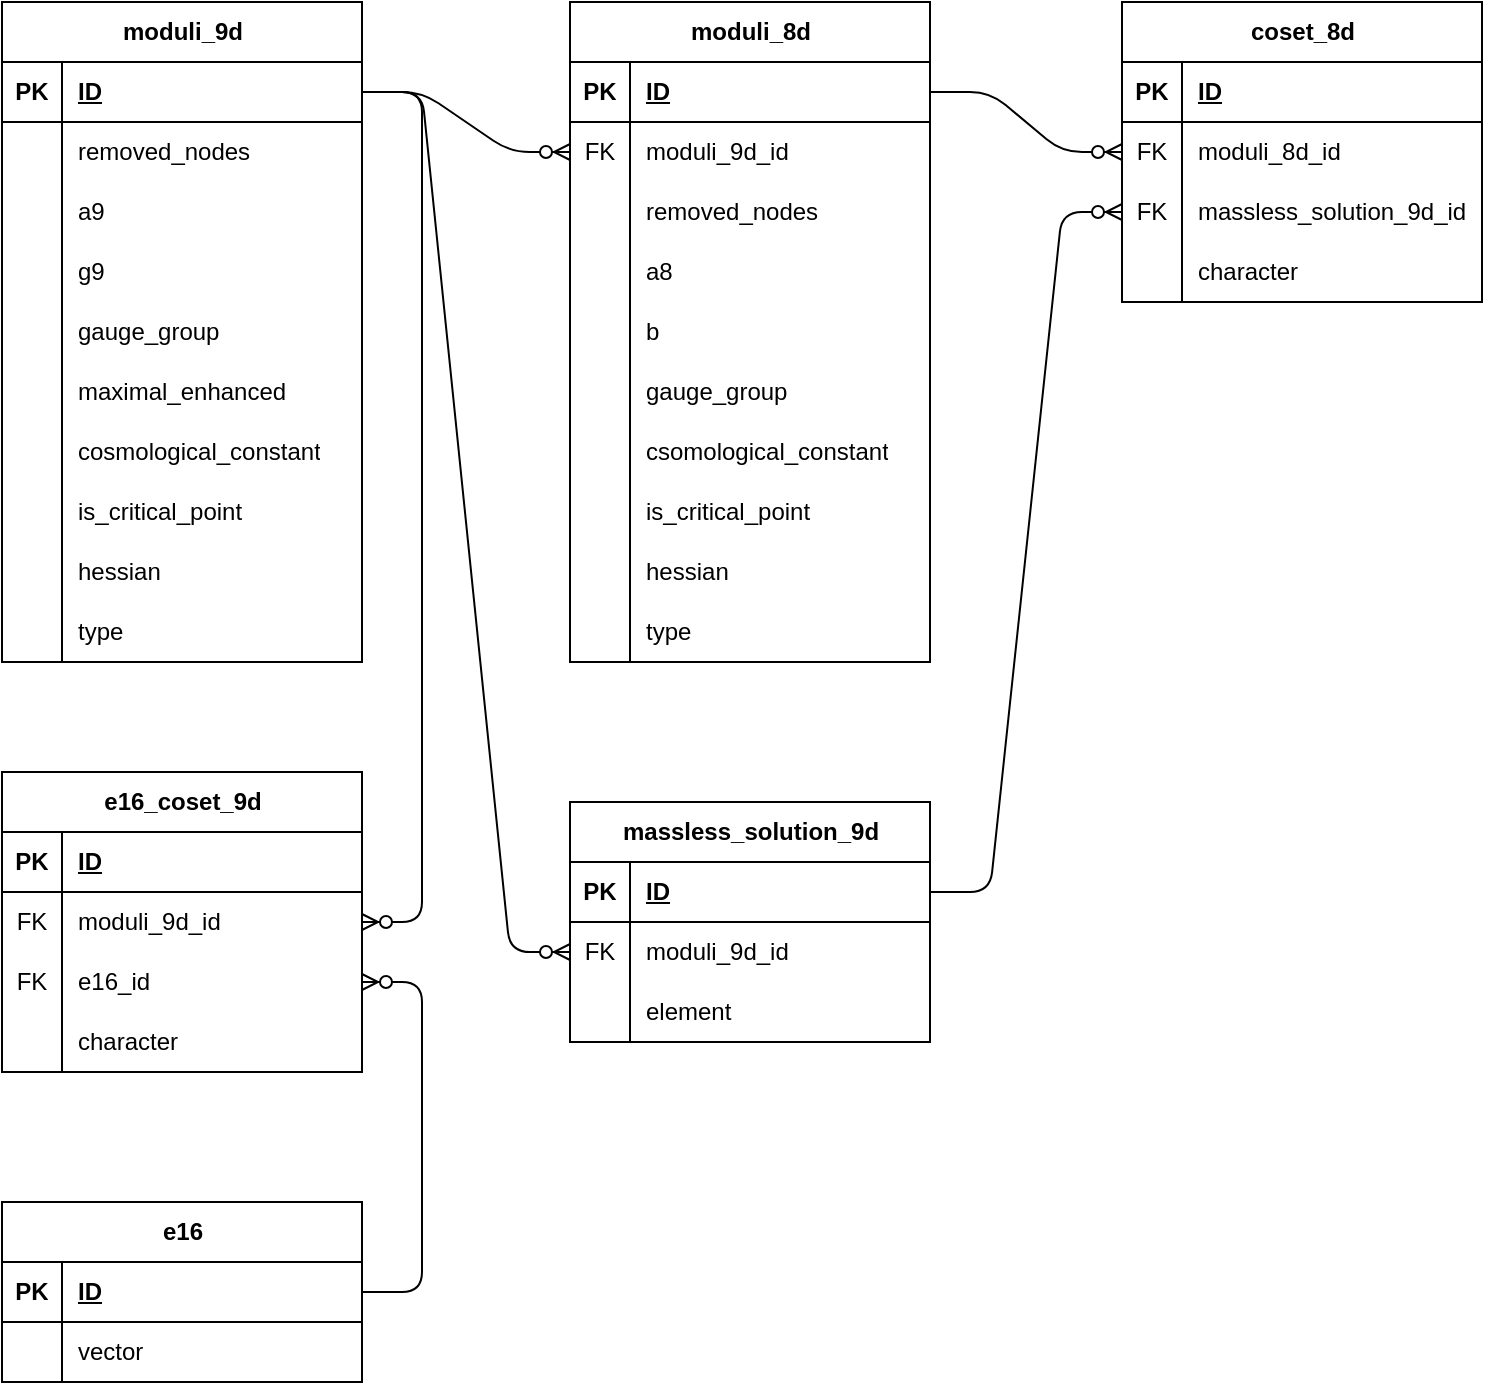
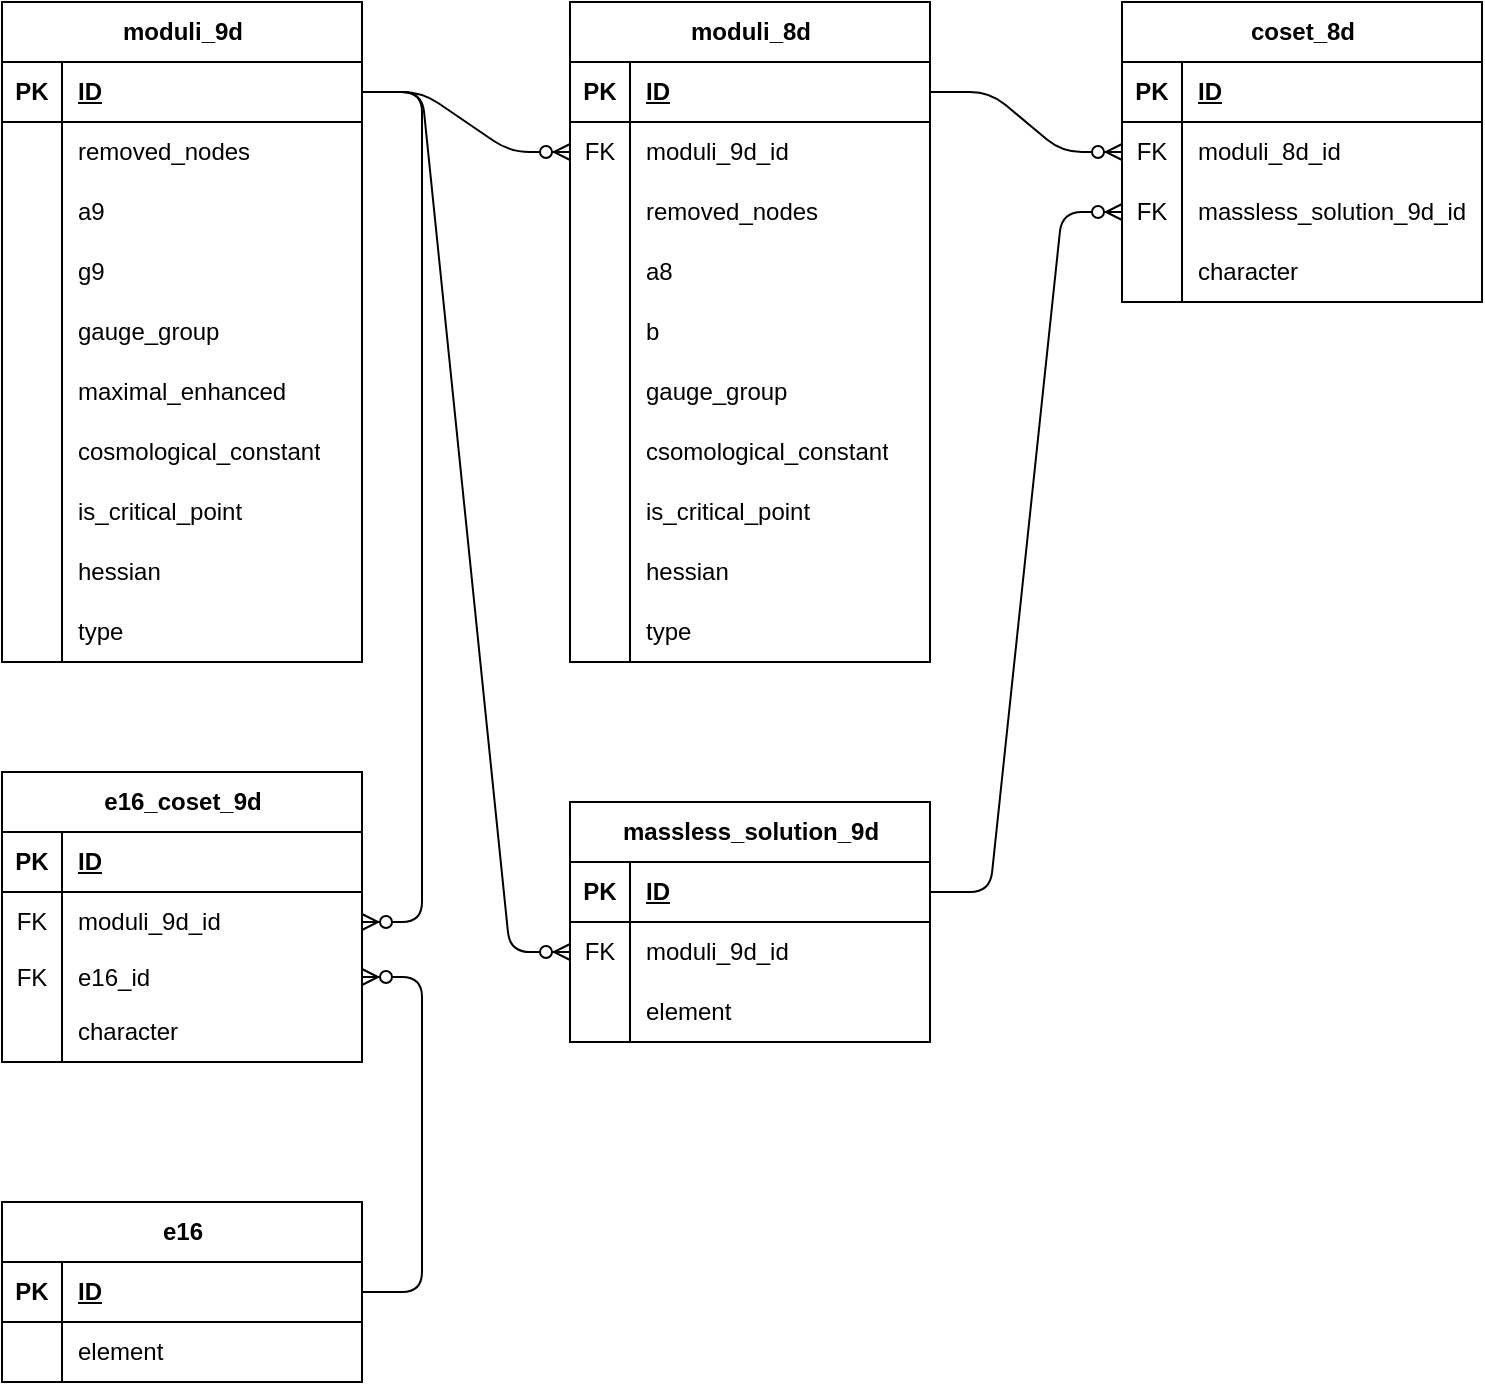
<mxfile host="65bd71144e">
    <diagram id="0aYfHaq88tQM7d1H2K0Y" name="ER">
-         <mxGraphModel dx="453" dy="507" grid="1" gridSize="10" guides="1" tooltips="1" connect="1" arrows="1" fold="1" page="1" pageScale="1" pageWidth="827" pageHeight="1169" math="0" shadow="0">
+         <mxGraphModel dx="425" dy="585" grid="1" gridSize="10" guides="1" tooltips="1" connect="1" arrows="1" fold="1" page="1" pageScale="1" pageWidth="827" pageHeight="1169" math="0" shadow="0">
            <root>
                <mxCell id="0"/>
                <mxCell id="1" parent="0"/>
                <mxCell id="2" value="moduli_9d" style="shape=table;startSize=30;container=1;collapsible=1;childLayout=tableLayout;fixedRows=1;rowLines=0;fontStyle=1;align=center;resizeLast=1;html=1;" parent="1" vertex="1">
                    <mxGeometry x="40" y="40" width="180" height="330" as="geometry"/>
                </mxCell>
                <mxCell id="3" value="" style="shape=tableRow;horizontal=0;startSize=0;swimlaneHead=0;swimlaneBody=0;fillColor=none;collapsible=0;dropTarget=0;points=[[0,0.5],[1,0.5]];portConstraint=eastwest;top=0;left=0;right=0;bottom=1;" parent="2" vertex="1">
                    <mxGeometry y="30" width="180" height="30" as="geometry"/>
                </mxCell>
                <mxCell id="4" value="PK" style="shape=partialRectangle;connectable=0;fillColor=none;top=0;left=0;bottom=0;right=0;fontStyle=1;overflow=hidden;whiteSpace=wrap;html=1;" parent="3" vertex="1">
                    <mxGeometry width="30" height="30" as="geometry">
                        <mxRectangle width="30" height="30" as="alternateBounds"/>
                    </mxGeometry>
                </mxCell>
                <mxCell id="5" value="ID" style="shape=partialRectangle;connectable=0;fillColor=none;top=0;left=0;bottom=0;right=0;align=left;spacingLeft=6;fontStyle=5;overflow=hidden;whiteSpace=wrap;html=1;" parent="3" vertex="1">
                    <mxGeometry x="30" width="150" height="30" as="geometry">
                        <mxRectangle width="150" height="30" as="alternateBounds"/>
                    </mxGeometry>
                </mxCell>
                <mxCell id="6" value="" style="shape=tableRow;horizontal=0;startSize=0;swimlaneHead=0;swimlaneBody=0;fillColor=none;collapsible=0;dropTarget=0;points=[[0,0.5],[1,0.5]];portConstraint=eastwest;top=0;left=0;right=0;bottom=0;" parent="2" vertex="1">
                    <mxGeometry y="60" width="180" height="30" as="geometry"/>
                </mxCell>
                <mxCell id="7" value="" style="shape=partialRectangle;connectable=0;fillColor=none;top=0;left=0;bottom=0;right=0;editable=1;overflow=hidden;whiteSpace=wrap;html=1;" parent="6" vertex="1">
                    <mxGeometry width="30" height="30" as="geometry">
                        <mxRectangle width="30" height="30" as="alternateBounds"/>
                    </mxGeometry>
                </mxCell>
                <mxCell id="8" value="removed_nodes" style="shape=partialRectangle;connectable=0;fillColor=none;top=0;left=0;bottom=0;right=0;align=left;spacingLeft=6;overflow=hidden;whiteSpace=wrap;html=1;" parent="6" vertex="1">
                    <mxGeometry x="30" width="150" height="30" as="geometry">
                        <mxRectangle width="150" height="30" as="alternateBounds"/>
                    </mxGeometry>
                </mxCell>
                <mxCell id="9" value="" style="shape=tableRow;horizontal=0;startSize=0;swimlaneHead=0;swimlaneBody=0;fillColor=none;collapsible=0;dropTarget=0;points=[[0,0.5],[1,0.5]];portConstraint=eastwest;top=0;left=0;right=0;bottom=0;" parent="2" vertex="1">
                    <mxGeometry y="90" width="180" height="30" as="geometry"/>
                </mxCell>
                <mxCell id="10" value="" style="shape=partialRectangle;connectable=0;fillColor=none;top=0;left=0;bottom=0;right=0;editable=1;overflow=hidden;whiteSpace=wrap;html=1;" parent="9" vertex="1">
                    <mxGeometry width="30" height="30" as="geometry">
                        <mxRectangle width="30" height="30" as="alternateBounds"/>
                    </mxGeometry>
                </mxCell>
                <mxCell id="11" value="a9" style="shape=partialRectangle;connectable=0;fillColor=none;top=0;left=0;bottom=0;right=0;align=left;spacingLeft=6;overflow=hidden;whiteSpace=wrap;html=1;" parent="9" vertex="1">
                    <mxGeometry x="30" width="150" height="30" as="geometry">
                        <mxRectangle width="150" height="30" as="alternateBounds"/>
                    </mxGeometry>
                </mxCell>
                <mxCell id="12" value="" style="shape=tableRow;horizontal=0;startSize=0;swimlaneHead=0;swimlaneBody=0;fillColor=none;collapsible=0;dropTarget=0;points=[[0,0.5],[1,0.5]];portConstraint=eastwest;top=0;left=0;right=0;bottom=0;" parent="2" vertex="1">
                    <mxGeometry y="120" width="180" height="30" as="geometry"/>
                </mxCell>
                <mxCell id="13" value="" style="shape=partialRectangle;connectable=0;fillColor=none;top=0;left=0;bottom=0;right=0;editable=1;overflow=hidden;whiteSpace=wrap;html=1;" parent="12" vertex="1">
                    <mxGeometry width="30" height="30" as="geometry">
                        <mxRectangle width="30" height="30" as="alternateBounds"/>
                    </mxGeometry>
                </mxCell>
                <mxCell id="14" value="g9" style="shape=partialRectangle;connectable=0;fillColor=none;top=0;left=0;bottom=0;right=0;align=left;spacingLeft=6;overflow=hidden;whiteSpace=wrap;html=1;" parent="12" vertex="1">
                    <mxGeometry x="30" width="150" height="30" as="geometry">
                        <mxRectangle width="150" height="30" as="alternateBounds"/>
                    </mxGeometry>
                </mxCell>
                <mxCell id="67" value="" style="shape=tableRow;horizontal=0;startSize=0;swimlaneHead=0;swimlaneBody=0;fillColor=none;collapsible=0;dropTarget=0;points=[[0,0.5],[1,0.5]];portConstraint=eastwest;top=0;left=0;right=0;bottom=0;" parent="2" vertex="1">
                    <mxGeometry y="150" width="180" height="30" as="geometry"/>
                </mxCell>
                <mxCell id="68" value="" style="shape=partialRectangle;connectable=0;fillColor=none;top=0;left=0;bottom=0;right=0;editable=1;overflow=hidden;whiteSpace=wrap;html=1;" parent="67" vertex="1">
                    <mxGeometry width="30" height="30" as="geometry">
                        <mxRectangle width="30" height="30" as="alternateBounds"/>
                    </mxGeometry>
                </mxCell>
                <mxCell id="69" value="gauge_group" style="shape=partialRectangle;connectable=0;fillColor=none;top=0;left=0;bottom=0;right=0;align=left;spacingLeft=6;overflow=hidden;whiteSpace=wrap;html=1;" parent="67" vertex="1">
                    <mxGeometry x="30" width="150" height="30" as="geometry">
                        <mxRectangle width="150" height="30" as="alternateBounds"/>
                    </mxGeometry>
                </mxCell>
                <mxCell id="73" value="" style="shape=tableRow;horizontal=0;startSize=0;swimlaneHead=0;swimlaneBody=0;fillColor=none;collapsible=0;dropTarget=0;points=[[0,0.5],[1,0.5]];portConstraint=eastwest;top=0;left=0;right=0;bottom=0;" parent="2" vertex="1">
                    <mxGeometry y="180" width="180" height="30" as="geometry"/>
                </mxCell>
                <mxCell id="74" value="" style="shape=partialRectangle;connectable=0;fillColor=none;top=0;left=0;bottom=0;right=0;editable=1;overflow=hidden;whiteSpace=wrap;html=1;" parent="73" vertex="1">
                    <mxGeometry width="30" height="30" as="geometry">
                        <mxRectangle width="30" height="30" as="alternateBounds"/>
                    </mxGeometry>
                </mxCell>
                <mxCell id="75" value="maximal_enhanced" style="shape=partialRectangle;connectable=0;fillColor=none;top=0;left=0;bottom=0;right=0;align=left;spacingLeft=6;overflow=hidden;whiteSpace=wrap;html=1;" parent="73" vertex="1">
                    <mxGeometry x="30" width="150" height="30" as="geometry">
                        <mxRectangle width="150" height="30" as="alternateBounds"/>
                    </mxGeometry>
                </mxCell>
                <mxCell id="76" value="" style="shape=tableRow;horizontal=0;startSize=0;swimlaneHead=0;swimlaneBody=0;fillColor=none;collapsible=0;dropTarget=0;points=[[0,0.5],[1,0.5]];portConstraint=eastwest;top=0;left=0;right=0;bottom=0;" parent="2" vertex="1">
                    <mxGeometry y="210" width="180" height="30" as="geometry"/>
                </mxCell>
                <mxCell id="77" value="" style="shape=partialRectangle;connectable=0;fillColor=none;top=0;left=0;bottom=0;right=0;editable=1;overflow=hidden;whiteSpace=wrap;html=1;" parent="76" vertex="1">
                    <mxGeometry width="30" height="30" as="geometry">
                        <mxRectangle width="30" height="30" as="alternateBounds"/>
                    </mxGeometry>
                </mxCell>
                <mxCell id="78" value="cosmological_constant" style="shape=partialRectangle;connectable=0;fillColor=none;top=0;left=0;bottom=0;right=0;align=left;spacingLeft=6;overflow=hidden;whiteSpace=wrap;html=1;" parent="76" vertex="1">
                    <mxGeometry x="30" width="150" height="30" as="geometry">
                        <mxRectangle width="150" height="30" as="alternateBounds"/>
                    </mxGeometry>
                </mxCell>
                <mxCell id="79" value="" style="shape=tableRow;horizontal=0;startSize=0;swimlaneHead=0;swimlaneBody=0;fillColor=none;collapsible=0;dropTarget=0;points=[[0,0.5],[1,0.5]];portConstraint=eastwest;top=0;left=0;right=0;bottom=0;" parent="2" vertex="1">
                    <mxGeometry y="240" width="180" height="30" as="geometry"/>
                </mxCell>
                <mxCell id="80" value="" style="shape=partialRectangle;connectable=0;fillColor=none;top=0;left=0;bottom=0;right=0;editable=1;overflow=hidden;whiteSpace=wrap;html=1;" parent="79" vertex="1">
                    <mxGeometry width="30" height="30" as="geometry">
                        <mxRectangle width="30" height="30" as="alternateBounds"/>
                    </mxGeometry>
                </mxCell>
                <mxCell id="81" value="is_critical_point" style="shape=partialRectangle;connectable=0;fillColor=none;top=0;left=0;bottom=0;right=0;align=left;spacingLeft=6;overflow=hidden;whiteSpace=wrap;html=1;" parent="79" vertex="1">
                    <mxGeometry x="30" width="150" height="30" as="geometry">
                        <mxRectangle width="150" height="30" as="alternateBounds"/>
                    </mxGeometry>
                </mxCell>
                <mxCell id="82" value="" style="shape=tableRow;horizontal=0;startSize=0;swimlaneHead=0;swimlaneBody=0;fillColor=none;collapsible=0;dropTarget=0;points=[[0,0.5],[1,0.5]];portConstraint=eastwest;top=0;left=0;right=0;bottom=0;" parent="2" vertex="1">
                    <mxGeometry y="270" width="180" height="30" as="geometry"/>
                </mxCell>
                <mxCell id="83" value="" style="shape=partialRectangle;connectable=0;fillColor=none;top=0;left=0;bottom=0;right=0;editable=1;overflow=hidden;whiteSpace=wrap;html=1;" parent="82" vertex="1">
                    <mxGeometry width="30" height="30" as="geometry">
                        <mxRectangle width="30" height="30" as="alternateBounds"/>
                    </mxGeometry>
                </mxCell>
                <mxCell id="84" value="hessian" style="shape=partialRectangle;connectable=0;fillColor=none;top=0;left=0;bottom=0;right=0;align=left;spacingLeft=6;overflow=hidden;whiteSpace=wrap;html=1;" parent="82" vertex="1">
                    <mxGeometry x="30" width="150" height="30" as="geometry">
                        <mxRectangle width="150" height="30" as="alternateBounds"/>
                    </mxGeometry>
                </mxCell>
                <mxCell id="85" value="" style="shape=tableRow;horizontal=0;startSize=0;swimlaneHead=0;swimlaneBody=0;fillColor=none;collapsible=0;dropTarget=0;points=[[0,0.5],[1,0.5]];portConstraint=eastwest;top=0;left=0;right=0;bottom=0;" parent="2" vertex="1">
                    <mxGeometry y="300" width="180" height="30" as="geometry"/>
                </mxCell>
                <mxCell id="86" value="" style="shape=partialRectangle;connectable=0;fillColor=none;top=0;left=0;bottom=0;right=0;editable=1;overflow=hidden;whiteSpace=wrap;html=1;" parent="85" vertex="1">
                    <mxGeometry width="30" height="30" as="geometry">
                        <mxRectangle width="30" height="30" as="alternateBounds"/>
                    </mxGeometry>
                </mxCell>
                <mxCell id="87" value="type" style="shape=partialRectangle;connectable=0;fillColor=none;top=0;left=0;bottom=0;right=0;align=left;spacingLeft=6;overflow=hidden;whiteSpace=wrap;html=1;" parent="85" vertex="1">
                    <mxGeometry x="30" width="150" height="30" as="geometry">
                        <mxRectangle width="150" height="30" as="alternateBounds"/>
                    </mxGeometry>
                </mxCell>
                <mxCell id="18" value="moduli_8d" style="shape=table;startSize=30;container=1;collapsible=1;childLayout=tableLayout;fixedRows=1;rowLines=0;fontStyle=1;align=center;resizeLast=1;html=1;" parent="1" vertex="1">
                    <mxGeometry x="324" y="40" width="180" height="330" as="geometry"/>
                </mxCell>
                <mxCell id="19" value="" style="shape=tableRow;horizontal=0;startSize=0;swimlaneHead=0;swimlaneBody=0;fillColor=none;collapsible=0;dropTarget=0;points=[[0,0.5],[1,0.5]];portConstraint=eastwest;top=0;left=0;right=0;bottom=1;" parent="18" vertex="1">
                    <mxGeometry y="30" width="180" height="30" as="geometry"/>
                </mxCell>
                <mxCell id="20" value="PK" style="shape=partialRectangle;connectable=0;fillColor=none;top=0;left=0;bottom=0;right=0;fontStyle=1;overflow=hidden;whiteSpace=wrap;html=1;" parent="19" vertex="1">
                    <mxGeometry width="30" height="30" as="geometry">
                        <mxRectangle width="30" height="30" as="alternateBounds"/>
                    </mxGeometry>
                </mxCell>
                <mxCell id="21" value="ID" style="shape=partialRectangle;connectable=0;fillColor=none;top=0;left=0;bottom=0;right=0;align=left;spacingLeft=6;fontStyle=5;overflow=hidden;whiteSpace=wrap;html=1;" parent="19" vertex="1">
                    <mxGeometry x="30" width="150" height="30" as="geometry">
                        <mxRectangle width="150" height="30" as="alternateBounds"/>
                    </mxGeometry>
                </mxCell>
                <mxCell id="22" value="" style="shape=tableRow;horizontal=0;startSize=0;swimlaneHead=0;swimlaneBody=0;fillColor=none;collapsible=0;dropTarget=0;points=[[0,0.5],[1,0.5]];portConstraint=eastwest;top=0;left=0;right=0;bottom=0;" parent="18" vertex="1">
                    <mxGeometry y="60" width="180" height="30" as="geometry"/>
                </mxCell>
                <mxCell id="23" value="FK" style="shape=partialRectangle;connectable=0;fillColor=none;top=0;left=0;bottom=0;right=0;editable=1;overflow=hidden;whiteSpace=wrap;html=1;" parent="22" vertex="1">
                    <mxGeometry width="30" height="30" as="geometry">
                        <mxRectangle width="30" height="30" as="alternateBounds"/>
                    </mxGeometry>
                </mxCell>
                <mxCell id="24" value="moduli_9d_id" style="shape=partialRectangle;connectable=0;fillColor=none;top=0;left=0;bottom=0;right=0;align=left;spacingLeft=6;overflow=hidden;whiteSpace=wrap;html=1;" parent="22" vertex="1">
                    <mxGeometry x="30" width="150" height="30" as="geometry">
                        <mxRectangle width="150" height="30" as="alternateBounds"/>
                    </mxGeometry>
                </mxCell>
                <mxCell id="25" value="" style="shape=tableRow;horizontal=0;startSize=0;swimlaneHead=0;swimlaneBody=0;fillColor=none;collapsible=0;dropTarget=0;points=[[0,0.5],[1,0.5]];portConstraint=eastwest;top=0;left=0;right=0;bottom=0;" parent="18" vertex="1">
                    <mxGeometry y="90" width="180" height="30" as="geometry"/>
                </mxCell>
                <mxCell id="26" value="" style="shape=partialRectangle;connectable=0;fillColor=none;top=0;left=0;bottom=0;right=0;editable=1;overflow=hidden;whiteSpace=wrap;html=1;" parent="25" vertex="1">
                    <mxGeometry width="30" height="30" as="geometry">
                        <mxRectangle width="30" height="30" as="alternateBounds"/>
                    </mxGeometry>
                </mxCell>
                <mxCell id="27" value="&lt;span style=&quot;color: rgb(0, 0, 0);&quot;&gt;removed_nodes&lt;/span&gt;" style="shape=partialRectangle;connectable=0;fillColor=none;top=0;left=0;bottom=0;right=0;align=left;spacingLeft=6;overflow=hidden;whiteSpace=wrap;html=1;" parent="25" vertex="1">
                    <mxGeometry x="30" width="150" height="30" as="geometry">
                        <mxRectangle width="150" height="30" as="alternateBounds"/>
                    </mxGeometry>
                </mxCell>
                <mxCell id="28" value="" style="shape=tableRow;horizontal=0;startSize=0;swimlaneHead=0;swimlaneBody=0;fillColor=none;collapsible=0;dropTarget=0;points=[[0,0.5],[1,0.5]];portConstraint=eastwest;top=0;left=0;right=0;bottom=0;" parent="18" vertex="1">
                    <mxGeometry y="120" width="180" height="30" as="geometry"/>
                </mxCell>
                <mxCell id="29" value="" style="shape=partialRectangle;connectable=0;fillColor=none;top=0;left=0;bottom=0;right=0;editable=1;overflow=hidden;whiteSpace=wrap;html=1;" parent="28" vertex="1">
                    <mxGeometry width="30" height="30" as="geometry">
                        <mxRectangle width="30" height="30" as="alternateBounds"/>
                    </mxGeometry>
                </mxCell>
                <mxCell id="30" value="a8" style="shape=partialRectangle;connectable=0;fillColor=none;top=0;left=0;bottom=0;right=0;align=left;spacingLeft=6;overflow=hidden;whiteSpace=wrap;html=1;" parent="28" vertex="1">
                    <mxGeometry x="30" width="150" height="30" as="geometry">
                        <mxRectangle width="150" height="30" as="alternateBounds"/>
                    </mxGeometry>
                </mxCell>
                <mxCell id="31" value="" style="shape=tableRow;horizontal=0;startSize=0;swimlaneHead=0;swimlaneBody=0;fillColor=none;collapsible=0;dropTarget=0;points=[[0,0.5],[1,0.5]];portConstraint=eastwest;top=0;left=0;right=0;bottom=0;" parent="18" vertex="1">
                    <mxGeometry y="150" width="180" height="30" as="geometry"/>
                </mxCell>
                <mxCell id="32" value="" style="shape=partialRectangle;connectable=0;fillColor=none;top=0;left=0;bottom=0;right=0;editable=1;overflow=hidden;whiteSpace=wrap;html=1;" parent="31" vertex="1">
                    <mxGeometry width="30" height="30" as="geometry">
                        <mxRectangle width="30" height="30" as="alternateBounds"/>
                    </mxGeometry>
                </mxCell>
                <mxCell id="33" value="b" style="shape=partialRectangle;connectable=0;fillColor=none;top=0;left=0;bottom=0;right=0;align=left;spacingLeft=6;overflow=hidden;whiteSpace=wrap;html=1;" parent="31" vertex="1">
                    <mxGeometry x="30" width="150" height="30" as="geometry">
                        <mxRectangle width="150" height="30" as="alternateBounds"/>
                    </mxGeometry>
                </mxCell>
                <mxCell id="70" value="" style="shape=tableRow;horizontal=0;startSize=0;swimlaneHead=0;swimlaneBody=0;fillColor=none;collapsible=0;dropTarget=0;points=[[0,0.5],[1,0.5]];portConstraint=eastwest;top=0;left=0;right=0;bottom=0;" parent="18" vertex="1">
                    <mxGeometry y="180" width="180" height="30" as="geometry"/>
                </mxCell>
                <mxCell id="71" value="" style="shape=partialRectangle;connectable=0;fillColor=none;top=0;left=0;bottom=0;right=0;editable=1;overflow=hidden;whiteSpace=wrap;html=1;" parent="70" vertex="1">
                    <mxGeometry width="30" height="30" as="geometry">
                        <mxRectangle width="30" height="30" as="alternateBounds"/>
                    </mxGeometry>
                </mxCell>
                <mxCell id="72" value="&lt;span style=&quot;color: rgb(0, 0, 0);&quot;&gt;gauge_group&lt;/span&gt;" style="shape=partialRectangle;connectable=0;fillColor=none;top=0;left=0;bottom=0;right=0;align=left;spacingLeft=6;overflow=hidden;whiteSpace=wrap;html=1;" parent="70" vertex="1">
                    <mxGeometry x="30" width="150" height="30" as="geometry">
                        <mxRectangle width="150" height="30" as="alternateBounds"/>
                    </mxGeometry>
                </mxCell>
                <mxCell id="88" value="" style="shape=tableRow;horizontal=0;startSize=0;swimlaneHead=0;swimlaneBody=0;fillColor=none;collapsible=0;dropTarget=0;points=[[0,0.5],[1,0.5]];portConstraint=eastwest;top=0;left=0;right=0;bottom=0;" parent="18" vertex="1">
                    <mxGeometry y="210" width="180" height="30" as="geometry"/>
                </mxCell>
                <mxCell id="89" value="" style="shape=partialRectangle;connectable=0;fillColor=none;top=0;left=0;bottom=0;right=0;editable=1;overflow=hidden;whiteSpace=wrap;html=1;" parent="88" vertex="1">
                    <mxGeometry width="30" height="30" as="geometry">
                        <mxRectangle width="30" height="30" as="alternateBounds"/>
                    </mxGeometry>
                </mxCell>
                <mxCell id="90" value="&lt;span style=&quot;color: rgb(0, 0, 0);&quot;&gt;csomological_constant&lt;/span&gt;" style="shape=partialRectangle;connectable=0;fillColor=none;top=0;left=0;bottom=0;right=0;align=left;spacingLeft=6;overflow=hidden;whiteSpace=wrap;html=1;" parent="88" vertex="1">
                    <mxGeometry x="30" width="150" height="30" as="geometry">
                        <mxRectangle width="150" height="30" as="alternateBounds"/>
                    </mxGeometry>
                </mxCell>
                <mxCell id="91" value="" style="shape=tableRow;horizontal=0;startSize=0;swimlaneHead=0;swimlaneBody=0;fillColor=none;collapsible=0;dropTarget=0;points=[[0,0.5],[1,0.5]];portConstraint=eastwest;top=0;left=0;right=0;bottom=0;" parent="18" vertex="1">
                    <mxGeometry y="240" width="180" height="30" as="geometry"/>
                </mxCell>
                <mxCell id="92" value="" style="shape=partialRectangle;connectable=0;fillColor=none;top=0;left=0;bottom=0;right=0;editable=1;overflow=hidden;whiteSpace=wrap;html=1;" parent="91" vertex="1">
                    <mxGeometry width="30" height="30" as="geometry">
                        <mxRectangle width="30" height="30" as="alternateBounds"/>
                    </mxGeometry>
                </mxCell>
                <mxCell id="93" value="&lt;span style=&quot;color: rgb(0, 0, 0);&quot;&gt;is_critical_point&lt;/span&gt;" style="shape=partialRectangle;connectable=0;fillColor=none;top=0;left=0;bottom=0;right=0;align=left;spacingLeft=6;overflow=hidden;whiteSpace=wrap;html=1;" parent="91" vertex="1">
                    <mxGeometry x="30" width="150" height="30" as="geometry">
                        <mxRectangle width="150" height="30" as="alternateBounds"/>
                    </mxGeometry>
                </mxCell>
                <mxCell id="94" value="" style="shape=tableRow;horizontal=0;startSize=0;swimlaneHead=0;swimlaneBody=0;fillColor=none;collapsible=0;dropTarget=0;points=[[0,0.5],[1,0.5]];portConstraint=eastwest;top=0;left=0;right=0;bottom=0;" parent="18" vertex="1">
                    <mxGeometry y="270" width="180" height="30" as="geometry"/>
                </mxCell>
                <mxCell id="95" value="" style="shape=partialRectangle;connectable=0;fillColor=none;top=0;left=0;bottom=0;right=0;editable=1;overflow=hidden;whiteSpace=wrap;html=1;" parent="94" vertex="1">
                    <mxGeometry width="30" height="30" as="geometry">
                        <mxRectangle width="30" height="30" as="alternateBounds"/>
                    </mxGeometry>
                </mxCell>
                <mxCell id="96" value="&lt;span style=&quot;color: rgb(0, 0, 0);&quot;&gt;hessian&lt;/span&gt;" style="shape=partialRectangle;connectable=0;fillColor=none;top=0;left=0;bottom=0;right=0;align=left;spacingLeft=6;overflow=hidden;whiteSpace=wrap;html=1;" parent="94" vertex="1">
                    <mxGeometry x="30" width="150" height="30" as="geometry">
                        <mxRectangle width="150" height="30" as="alternateBounds"/>
                    </mxGeometry>
                </mxCell>
                <mxCell id="97" value="" style="shape=tableRow;horizontal=0;startSize=0;swimlaneHead=0;swimlaneBody=0;fillColor=none;collapsible=0;dropTarget=0;points=[[0,0.5],[1,0.5]];portConstraint=eastwest;top=0;left=0;right=0;bottom=0;" parent="18" vertex="1">
                    <mxGeometry y="300" width="180" height="30" as="geometry"/>
                </mxCell>
                <mxCell id="98" value="" style="shape=partialRectangle;connectable=0;fillColor=none;top=0;left=0;bottom=0;right=0;editable=1;overflow=hidden;whiteSpace=wrap;html=1;" parent="97" vertex="1">
                    <mxGeometry width="30" height="30" as="geometry">
                        <mxRectangle width="30" height="30" as="alternateBounds"/>
                    </mxGeometry>
                </mxCell>
                <mxCell id="99" value="&lt;span style=&quot;color: rgb(0, 0, 0);&quot;&gt;type&lt;/span&gt;" style="shape=partialRectangle;connectable=0;fillColor=none;top=0;left=0;bottom=0;right=0;align=left;spacingLeft=6;overflow=hidden;whiteSpace=wrap;html=1;" parent="97" vertex="1">
                    <mxGeometry x="30" width="150" height="30" as="geometry">
                        <mxRectangle width="150" height="30" as="alternateBounds"/>
                    </mxGeometry>
                </mxCell>
                <mxCell id="34" value="" style="edgeStyle=entityRelationEdgeStyle;fontSize=12;html=1;endArrow=ERzeroToMany;endFill=1;exitX=1;exitY=0.5;exitDx=0;exitDy=0;entryX=0;entryY=0.5;entryDx=0;entryDy=0;" parent="1" source="3" target="22" edge="1">
                    <mxGeometry width="100" height="100" relative="1" as="geometry">
                        <mxPoint x="450" y="350" as="sourcePoint"/>
                        <mxPoint x="550" y="250" as="targetPoint"/>
                    </mxGeometry>
                </mxCell>
                <mxCell id="35" value="massless_solution_9d" style="shape=table;startSize=30;container=1;collapsible=1;childLayout=tableLayout;fixedRows=1;rowLines=0;fontStyle=1;align=center;resizeLast=1;html=1;" parent="1" vertex="1">
                    <mxGeometry x="324" y="440" width="180" height="120" as="geometry"/>
                </mxCell>
                <mxCell id="36" value="" style="shape=tableRow;horizontal=0;startSize=0;swimlaneHead=0;swimlaneBody=0;fillColor=none;collapsible=0;dropTarget=0;points=[[0,0.5],[1,0.5]];portConstraint=eastwest;top=0;left=0;right=0;bottom=1;" parent="35" vertex="1">
                    <mxGeometry y="30" width="180" height="30" as="geometry"/>
                </mxCell>
                <mxCell id="37" value="PK" style="shape=partialRectangle;connectable=0;fillColor=none;top=0;left=0;bottom=0;right=0;fontStyle=1;overflow=hidden;whiteSpace=wrap;html=1;" parent="36" vertex="1">
                    <mxGeometry width="30" height="30" as="geometry">
                        <mxRectangle width="30" height="30" as="alternateBounds"/>
                    </mxGeometry>
                </mxCell>
                <mxCell id="38" value="ID" style="shape=partialRectangle;connectable=0;fillColor=none;top=0;left=0;bottom=0;right=0;align=left;spacingLeft=6;fontStyle=5;overflow=hidden;whiteSpace=wrap;html=1;" parent="36" vertex="1">
                    <mxGeometry x="30" width="150" height="30" as="geometry">
                        <mxRectangle width="150" height="30" as="alternateBounds"/>
                    </mxGeometry>
                </mxCell>
                <mxCell id="39" value="" style="shape=tableRow;horizontal=0;startSize=0;swimlaneHead=0;swimlaneBody=0;fillColor=none;collapsible=0;dropTarget=0;points=[[0,0.5],[1,0.5]];portConstraint=eastwest;top=0;left=0;right=0;bottom=0;" parent="35" vertex="1">
                    <mxGeometry y="60" width="180" height="30" as="geometry"/>
                </mxCell>
                <mxCell id="40" value="FK" style="shape=partialRectangle;connectable=0;fillColor=none;top=0;left=0;bottom=0;right=0;editable=1;overflow=hidden;whiteSpace=wrap;html=1;" parent="39" vertex="1">
                    <mxGeometry width="30" height="30" as="geometry">
                        <mxRectangle width="30" height="30" as="alternateBounds"/>
                    </mxGeometry>
                </mxCell>
                <mxCell id="41" value="moduli_9d_id" style="shape=partialRectangle;connectable=0;fillColor=none;top=0;left=0;bottom=0;right=0;align=left;spacingLeft=6;overflow=hidden;whiteSpace=wrap;html=1;" parent="39" vertex="1">
                    <mxGeometry x="30" width="150" height="30" as="geometry">
                        <mxRectangle width="150" height="30" as="alternateBounds"/>
                    </mxGeometry>
                </mxCell>
                <mxCell id="42" value="" style="shape=tableRow;horizontal=0;startSize=0;swimlaneHead=0;swimlaneBody=0;fillColor=none;collapsible=0;dropTarget=0;points=[[0,0.5],[1,0.5]];portConstraint=eastwest;top=0;left=0;right=0;bottom=0;" parent="35" vertex="1">
                    <mxGeometry y="90" width="180" height="30" as="geometry"/>
                </mxCell>
                <mxCell id="43" value="" style="shape=partialRectangle;connectable=0;fillColor=none;top=0;left=0;bottom=0;right=0;editable=1;overflow=hidden;whiteSpace=wrap;html=1;" parent="42" vertex="1">
                    <mxGeometry width="30" height="30" as="geometry">
                        <mxRectangle width="30" height="30" as="alternateBounds"/>
                    </mxGeometry>
                </mxCell>
                <mxCell id="44" value="element" style="shape=partialRectangle;connectable=0;fillColor=none;top=0;left=0;bottom=0;right=0;align=left;spacingLeft=6;overflow=hidden;whiteSpace=wrap;html=1;" parent="42" vertex="1">
                    <mxGeometry x="30" width="150" height="30" as="geometry">
                        <mxRectangle width="150" height="30" as="alternateBounds"/>
                    </mxGeometry>
                </mxCell>
                <mxCell id="51" value="" style="edgeStyle=entityRelationEdgeStyle;fontSize=12;html=1;endArrow=ERzeroToMany;endFill=1;exitX=1;exitY=0.5;exitDx=0;exitDy=0;entryX=0;entryY=0.5;entryDx=0;entryDy=0;" parent="1" source="3" target="39" edge="1">
                    <mxGeometry width="100" height="100" relative="1" as="geometry">
                        <mxPoint x="230" y="95" as="sourcePoint"/>
                        <mxPoint x="400" y="135" as="targetPoint"/>
                    </mxGeometry>
                </mxCell>
                <mxCell id="52" value="coset_8d" style="shape=table;startSize=30;container=1;collapsible=1;childLayout=tableLayout;fixedRows=1;rowLines=0;fontStyle=1;align=center;resizeLast=1;html=1;" parent="1" vertex="1">
                    <mxGeometry x="600" y="40" width="180" height="150" as="geometry"/>
                </mxCell>
                <mxCell id="53" value="" style="shape=tableRow;horizontal=0;startSize=0;swimlaneHead=0;swimlaneBody=0;fillColor=none;collapsible=0;dropTarget=0;points=[[0,0.5],[1,0.5]];portConstraint=eastwest;top=0;left=0;right=0;bottom=1;" parent="52" vertex="1">
                    <mxGeometry y="30" width="180" height="30" as="geometry"/>
                </mxCell>
                <mxCell id="54" value="PK" style="shape=partialRectangle;connectable=0;fillColor=none;top=0;left=0;bottom=0;right=0;fontStyle=1;overflow=hidden;whiteSpace=wrap;html=1;" parent="53" vertex="1">
                    <mxGeometry width="30" height="30" as="geometry">
                        <mxRectangle width="30" height="30" as="alternateBounds"/>
                    </mxGeometry>
                </mxCell>
                <mxCell id="55" value="ID" style="shape=partialRectangle;connectable=0;fillColor=none;top=0;left=0;bottom=0;right=0;align=left;spacingLeft=6;fontStyle=5;overflow=hidden;whiteSpace=wrap;html=1;" parent="53" vertex="1">
                    <mxGeometry x="30" width="150" height="30" as="geometry">
                        <mxRectangle width="150" height="30" as="alternateBounds"/>
                    </mxGeometry>
                </mxCell>
                <mxCell id="56" value="" style="shape=tableRow;horizontal=0;startSize=0;swimlaneHead=0;swimlaneBody=0;fillColor=none;collapsible=0;dropTarget=0;points=[[0,0.5],[1,0.5]];portConstraint=eastwest;top=0;left=0;right=0;bottom=0;" parent="52" vertex="1">
                    <mxGeometry y="60" width="180" height="30" as="geometry"/>
                </mxCell>
                <mxCell id="57" value="FK" style="shape=partialRectangle;connectable=0;fillColor=none;top=0;left=0;bottom=0;right=0;editable=1;overflow=hidden;whiteSpace=wrap;html=1;" parent="56" vertex="1">
                    <mxGeometry width="30" height="30" as="geometry">
                        <mxRectangle width="30" height="30" as="alternateBounds"/>
                    </mxGeometry>
                </mxCell>
                <mxCell id="58" value="moduli_8d_id" style="shape=partialRectangle;connectable=0;fillColor=none;top=0;left=0;bottom=0;right=0;align=left;spacingLeft=6;overflow=hidden;whiteSpace=wrap;html=1;" parent="56" vertex="1">
                    <mxGeometry x="30" width="150" height="30" as="geometry">
                        <mxRectangle width="150" height="30" as="alternateBounds"/>
                    </mxGeometry>
                </mxCell>
                <mxCell id="59" value="" style="shape=tableRow;horizontal=0;startSize=0;swimlaneHead=0;swimlaneBody=0;fillColor=none;collapsible=0;dropTarget=0;points=[[0,0.5],[1,0.5]];portConstraint=eastwest;top=0;left=0;right=0;bottom=0;" parent="52" vertex="1">
                    <mxGeometry y="90" width="180" height="30" as="geometry"/>
                </mxCell>
                <mxCell id="60" value="&lt;span style=&quot;color: rgb(0, 0, 0);&quot;&gt;FK&lt;/span&gt;" style="shape=partialRectangle;connectable=0;fillColor=none;top=0;left=0;bottom=0;right=0;editable=1;overflow=hidden;whiteSpace=wrap;html=1;" parent="59" vertex="1">
                    <mxGeometry width="30" height="30" as="geometry">
                        <mxRectangle width="30" height="30" as="alternateBounds"/>
                    </mxGeometry>
                </mxCell>
                <mxCell id="61" value="massless_solution_9d_id" style="shape=partialRectangle;connectable=0;fillColor=none;top=0;left=0;bottom=0;right=0;align=left;spacingLeft=6;overflow=hidden;whiteSpace=wrap;html=1;" parent="59" vertex="1">
                    <mxGeometry x="30" width="150" height="30" as="geometry">
                        <mxRectangle width="150" height="30" as="alternateBounds"/>
                    </mxGeometry>
                </mxCell>
                <mxCell id="62" value="" style="shape=tableRow;horizontal=0;startSize=0;swimlaneHead=0;swimlaneBody=0;fillColor=none;collapsible=0;dropTarget=0;points=[[0,0.5],[1,0.5]];portConstraint=eastwest;top=0;left=0;right=0;bottom=0;" parent="52" vertex="1">
                    <mxGeometry y="120" width="180" height="30" as="geometry"/>
                </mxCell>
                <mxCell id="63" value="" style="shape=partialRectangle;connectable=0;fillColor=none;top=0;left=0;bottom=0;right=0;editable=1;overflow=hidden;whiteSpace=wrap;html=1;" parent="62" vertex="1">
                    <mxGeometry width="30" height="30" as="geometry">
                        <mxRectangle width="30" height="30" as="alternateBounds"/>
                    </mxGeometry>
                </mxCell>
                <mxCell id="64" value="character" style="shape=partialRectangle;connectable=0;fillColor=none;top=0;left=0;bottom=0;right=0;align=left;spacingLeft=6;overflow=hidden;whiteSpace=wrap;html=1;" parent="62" vertex="1">
                    <mxGeometry x="30" width="150" height="30" as="geometry">
                        <mxRectangle width="150" height="30" as="alternateBounds"/>
                    </mxGeometry>
                </mxCell>
                <mxCell id="65" value="" style="edgeStyle=entityRelationEdgeStyle;fontSize=12;html=1;endArrow=ERzeroToMany;endFill=1;exitX=1;exitY=0.5;exitDx=0;exitDy=0;entryX=0;entryY=0.5;entryDx=0;entryDy=0;" parent="1" source="19" target="56" edge="1">
                    <mxGeometry width="100" height="100" relative="1" as="geometry">
                        <mxPoint x="170" y="85" as="sourcePoint"/>
                        <mxPoint x="340" y="345" as="targetPoint"/>
                    </mxGeometry>
                </mxCell>
                <mxCell id="66" value="" style="edgeStyle=entityRelationEdgeStyle;fontSize=12;html=1;endArrow=ERzeroToMany;endFill=1;exitX=1;exitY=0.5;exitDx=0;exitDy=0;entryX=0;entryY=0.5;entryDx=0;entryDy=0;" parent="1" source="36" target="59" edge="1">
                    <mxGeometry width="100" height="100" relative="1" as="geometry">
                        <mxPoint x="520" y="95" as="sourcePoint"/>
                        <mxPoint x="580" y="125" as="targetPoint"/>
                    </mxGeometry>
                </mxCell>
                <mxCell id="113" value="e16_coset_9d" style="shape=table;startSize=30;container=1;collapsible=1;childLayout=tableLayout;fixedRows=1;rowLines=0;fontStyle=1;align=center;resizeLast=1;html=1;" parent="1" vertex="1">
-                     <mxGeometry x="40" y="425" width="180" height="150" as="geometry"/>
+                     <mxGeometry x="40" y="425" width="180" height="145" as="geometry"/>
                </mxCell>
                <mxCell id="114" value="" style="shape=tableRow;horizontal=0;startSize=0;swimlaneHead=0;swimlaneBody=0;fillColor=none;collapsible=0;dropTarget=0;points=[[0,0.5],[1,0.5]];portConstraint=eastwest;top=0;left=0;right=0;bottom=1;" parent="113" vertex="1">
                    <mxGeometry y="30" width="180" height="30" as="geometry"/>
                </mxCell>
                <mxCell id="115" value="PK" style="shape=partialRectangle;connectable=0;fillColor=none;top=0;left=0;bottom=0;right=0;fontStyle=1;overflow=hidden;whiteSpace=wrap;html=1;" parent="114" vertex="1">
                    <mxGeometry width="30" height="30" as="geometry">
                        <mxRectangle width="30" height="30" as="alternateBounds"/>
                    </mxGeometry>
                </mxCell>
                <mxCell id="116" value="ID" style="shape=partialRectangle;connectable=0;fillColor=none;top=0;left=0;bottom=0;right=0;align=left;spacingLeft=6;fontStyle=5;overflow=hidden;whiteSpace=wrap;html=1;" parent="114" vertex="1">
                    <mxGeometry x="30" width="150" height="30" as="geometry">
                        <mxRectangle width="150" height="30" as="alternateBounds"/>
                    </mxGeometry>
                </mxCell>
                <mxCell id="117" value="" style="shape=tableRow;horizontal=0;startSize=0;swimlaneHead=0;swimlaneBody=0;fillColor=none;collapsible=0;dropTarget=0;points=[[0,0.5],[1,0.5]];portConstraint=eastwest;top=0;left=0;right=0;bottom=0;" parent="113" vertex="1">
                    <mxGeometry y="60" width="180" height="30" as="geometry"/>
                </mxCell>
                <mxCell id="118" value="FK" style="shape=partialRectangle;connectable=0;fillColor=none;top=0;left=0;bottom=0;right=0;editable=1;overflow=hidden;whiteSpace=wrap;html=1;" parent="117" vertex="1">
                    <mxGeometry width="30" height="30" as="geometry">
                        <mxRectangle width="30" height="30" as="alternateBounds"/>
                    </mxGeometry>
                </mxCell>
                <mxCell id="119" value="moduli_9d_id" style="shape=partialRectangle;connectable=0;fillColor=none;top=0;left=0;bottom=0;right=0;align=left;spacingLeft=6;overflow=hidden;whiteSpace=wrap;html=1;" parent="117" vertex="1">
                    <mxGeometry x="30" width="150" height="30" as="geometry">
                        <mxRectangle width="150" height="30" as="alternateBounds"/>
                    </mxGeometry>
                </mxCell>
                <mxCell id="120" value="" style="shape=tableRow;horizontal=0;startSize=0;swimlaneHead=0;swimlaneBody=0;fillColor=none;collapsible=0;dropTarget=0;points=[[0,0.5],[1,0.5]];portConstraint=eastwest;top=0;left=0;right=0;bottom=0;" parent="113" vertex="1">
-                     <mxGeometry y="90" width="180" height="30" as="geometry"/>
+                     <mxGeometry y="90" width="180" height="25" as="geometry"/>
                </mxCell>
                <mxCell id="121" value="&lt;span style=&quot;color: rgb(0, 0, 0);&quot;&gt;FK&lt;/span&gt;" style="shape=partialRectangle;connectable=0;fillColor=none;top=0;left=0;bottom=0;right=0;editable=1;overflow=hidden;whiteSpace=wrap;html=1;" parent="120" vertex="1">
-                     <mxGeometry width="30" height="30" as="geometry">
-                         <mxRectangle width="30" height="30" as="alternateBounds"/>
+                     <mxGeometry width="30" height="25" as="geometry">
+                         <mxRectangle width="30" height="25" as="alternateBounds"/>
                    </mxGeometry>
                </mxCell>
                <mxCell id="122" value="e16_id" style="shape=partialRectangle;connectable=0;fillColor=none;top=0;left=0;bottom=0;right=0;align=left;spacingLeft=6;overflow=hidden;whiteSpace=wrap;html=1;" parent="120" vertex="1">
-                     <mxGeometry x="30" width="150" height="30" as="geometry">
-                         <mxRectangle width="150" height="30" as="alternateBounds"/>
+                     <mxGeometry x="30" width="150" height="25" as="geometry">
+                         <mxRectangle width="150" height="25" as="alternateBounds"/>
                    </mxGeometry>
                </mxCell>
                <mxCell id="123" value="" style="shape=tableRow;horizontal=0;startSize=0;swimlaneHead=0;swimlaneBody=0;fillColor=none;collapsible=0;dropTarget=0;points=[[0,0.5],[1,0.5]];portConstraint=eastwest;top=0;left=0;right=0;bottom=0;" parent="113" vertex="1">
-                     <mxGeometry y="120" width="180" height="30" as="geometry"/>
+                     <mxGeometry y="115" width="180" height="30" as="geometry"/>
                </mxCell>
                <mxCell id="124" value="" style="shape=partialRectangle;connectable=0;fillColor=none;top=0;left=0;bottom=0;right=0;editable=1;overflow=hidden;whiteSpace=wrap;html=1;" parent="123" vertex="1">
                    <mxGeometry width="30" height="30" as="geometry">
                        <mxRectangle width="30" height="30" as="alternateBounds"/>
                    </mxGeometry>
                </mxCell>
                <mxCell id="125" value="character" style="shape=partialRectangle;connectable=0;fillColor=none;top=0;left=0;bottom=0;right=0;align=left;spacingLeft=6;overflow=hidden;whiteSpace=wrap;html=1;" parent="123" vertex="1">
                    <mxGeometry x="30" width="150" height="30" as="geometry">
                        <mxRectangle width="150" height="30" as="alternateBounds"/>
                    </mxGeometry>
                </mxCell>
                <mxCell id="126" value="" style="edgeStyle=entityRelationEdgeStyle;fontSize=12;html=1;endArrow=ERzeroToMany;endFill=1;exitX=1;exitY=0.5;exitDx=0;exitDy=0;entryX=1;entryY=0.5;entryDx=0;entryDy=0;" parent="1" source="3" target="117" edge="1">
                    <mxGeometry width="100" height="100" relative="1" as="geometry">
                        <mxPoint x="230" y="95" as="sourcePoint"/>
                        <mxPoint x="334" y="525" as="targetPoint"/>
                    </mxGeometry>
                </mxCell>
                <mxCell id="127" value="e16" style="shape=table;startSize=30;container=1;collapsible=1;childLayout=tableLayout;fixedRows=1;rowLines=0;fontStyle=1;align=center;resizeLast=1;html=1;" parent="1" vertex="1">
                    <mxGeometry x="40" y="640" width="180" height="90" as="geometry"/>
                </mxCell>
                <mxCell id="128" value="" style="shape=tableRow;horizontal=0;startSize=0;swimlaneHead=0;swimlaneBody=0;fillColor=none;collapsible=0;dropTarget=0;points=[[0,0.5],[1,0.5]];portConstraint=eastwest;top=0;left=0;right=0;bottom=1;" parent="127" vertex="1">
                    <mxGeometry y="30" width="180" height="30" as="geometry"/>
                </mxCell>
                <mxCell id="129" value="PK" style="shape=partialRectangle;connectable=0;fillColor=none;top=0;left=0;bottom=0;right=0;fontStyle=1;overflow=hidden;whiteSpace=wrap;html=1;" parent="128" vertex="1">
                    <mxGeometry width="30" height="30" as="geometry">
                        <mxRectangle width="30" height="30" as="alternateBounds"/>
                    </mxGeometry>
                </mxCell>
                <mxCell id="130" value="ID" style="shape=partialRectangle;connectable=0;fillColor=none;top=0;left=0;bottom=0;right=0;align=left;spacingLeft=6;fontStyle=5;overflow=hidden;whiteSpace=wrap;html=1;" parent="128" vertex="1">
                    <mxGeometry x="30" width="150" height="30" as="geometry">
                        <mxRectangle width="150" height="30" as="alternateBounds"/>
                    </mxGeometry>
                </mxCell>
                <mxCell id="131" value="" style="shape=tableRow;horizontal=0;startSize=0;swimlaneHead=0;swimlaneBody=0;fillColor=none;collapsible=0;dropTarget=0;points=[[0,0.5],[1,0.5]];portConstraint=eastwest;top=0;left=0;right=0;bottom=0;" parent="127" vertex="1">
                    <mxGeometry y="60" width="180" height="30" as="geometry"/>
                </mxCell>
                <mxCell id="132" value="" style="shape=partialRectangle;connectable=0;fillColor=none;top=0;left=0;bottom=0;right=0;editable=1;overflow=hidden;whiteSpace=wrap;html=1;" parent="131" vertex="1">
                    <mxGeometry width="30" height="30" as="geometry">
                        <mxRectangle width="30" height="30" as="alternateBounds"/>
                    </mxGeometry>
                </mxCell>
-                 <mxCell id="133" value="vector" style="shape=partialRectangle;connectable=0;fillColor=none;top=0;left=0;bottom=0;right=0;align=left;spacingLeft=6;overflow=hidden;whiteSpace=wrap;html=1;" parent="131" vertex="1">
+                 <mxCell id="133" value="element" style="shape=partialRectangle;connectable=0;fillColor=none;top=0;left=0;bottom=0;right=0;align=left;spacingLeft=6;overflow=hidden;whiteSpace=wrap;html=1;" parent="131" vertex="1">
                    <mxGeometry x="30" width="150" height="30" as="geometry">
                        <mxRectangle width="150" height="30" as="alternateBounds"/>
                    </mxGeometry>
                </mxCell>
                <mxCell id="143" value="" style="edgeStyle=entityRelationEdgeStyle;fontSize=12;html=1;endArrow=ERzeroToMany;endFill=1;exitX=1;exitY=0.5;exitDx=0;exitDy=0;entryX=1;entryY=0.5;entryDx=0;entryDy=0;" parent="1" source="128" target="120" edge="1">
                    <mxGeometry width="100" height="100" relative="1" as="geometry">
                        <mxPoint x="370" y="390" as="sourcePoint"/>
                        <mxPoint x="370" y="820" as="targetPoint"/>
                    </mxGeometry>
                </mxCell>
            </root>
        </mxGraphModel>
    </diagram>
</mxfile>